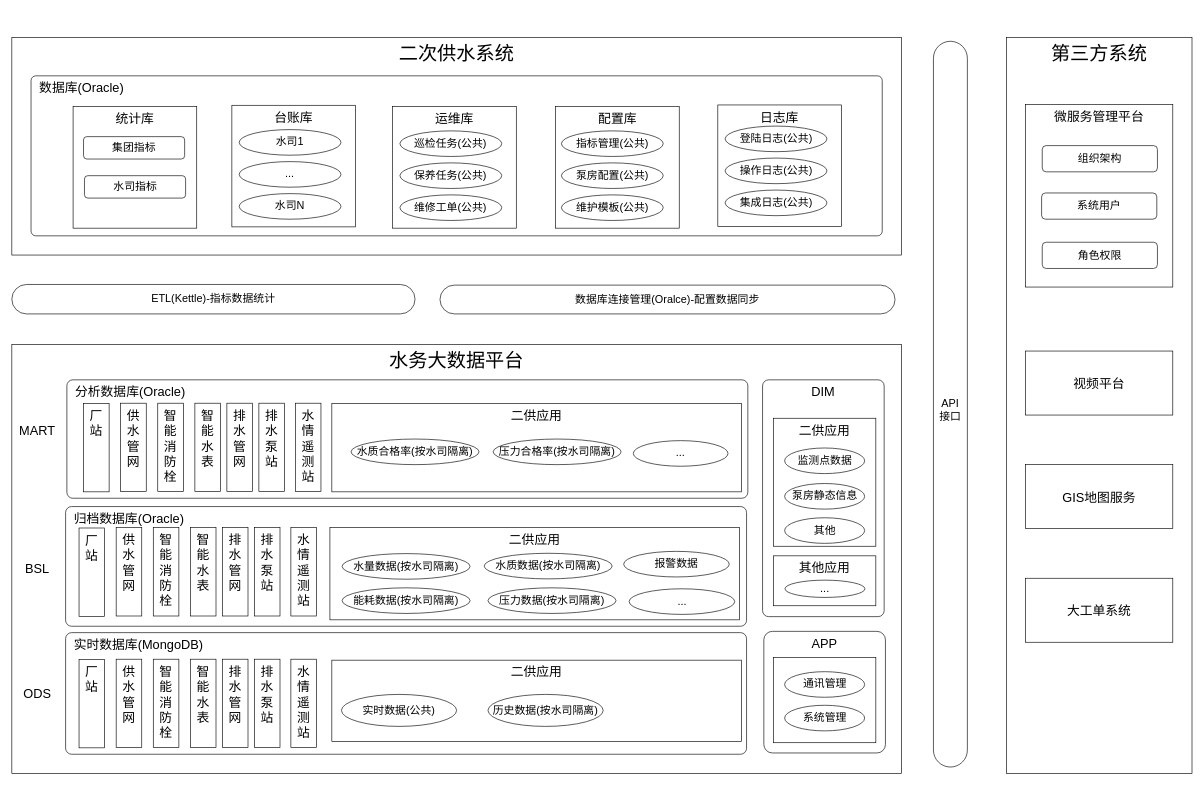
This is page "数据架构图" (2 of 4) of 二供数据架构.drawio from lpeng589/draw, a draw.io file, before an edit. Source tidied: cells renumbered, new cells numbered last; positions are measured from the earlier drawing's top-left corner, leaving out a move shared by most shapes. Both pictures are drawn from the tidied source at 64%, with x=0, y=0 at pixel (12, 37).
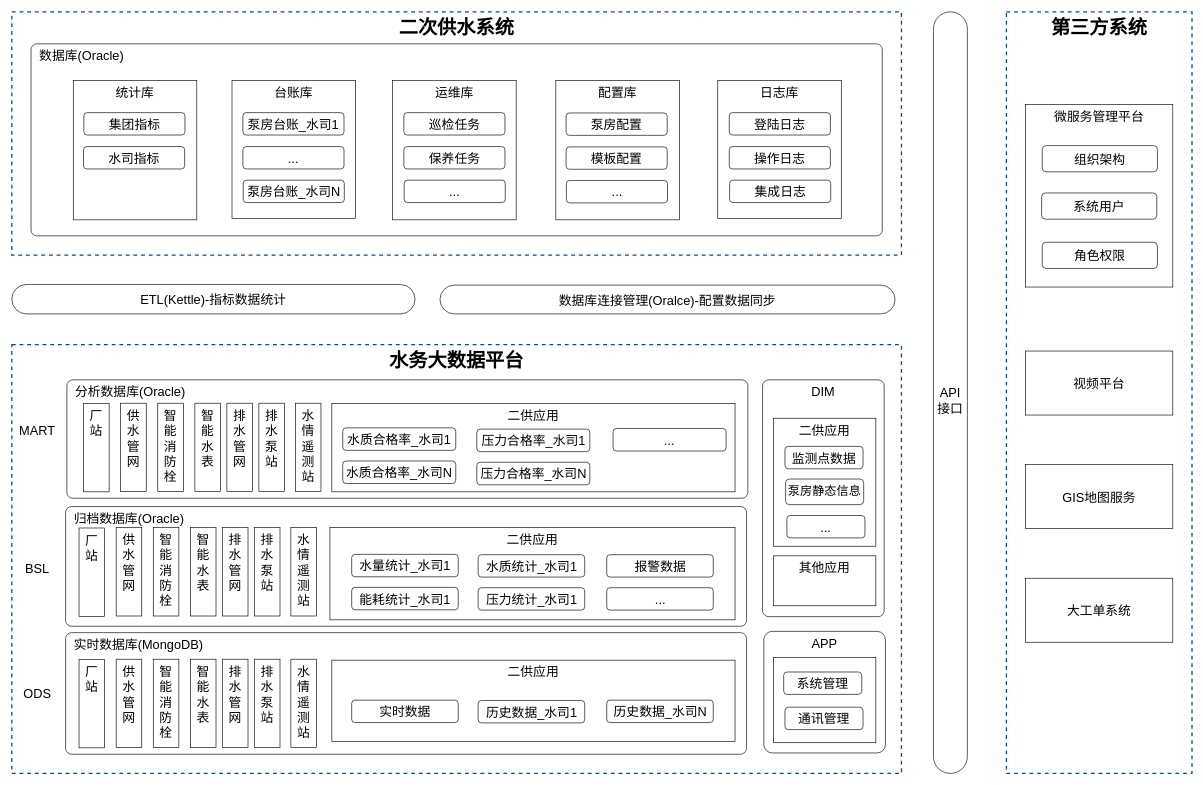
The same diagram, later.

Change to the diagram source:
```diff
@@
-    <mxCell id="2" value="水务大数据平台" style="rounded=0;whiteSpace=wrap;html=1;align=center;verticalAlign=top;fontStyle=0;fontSize=30;" parent="1" vertex="1">
+    <mxCell id="2" value="水务大数据平台" style="rounded=0;whiteSpace=wrap;html=1;align=center;verticalAlign=top;fontStyle=1;fontSize=30;dashed=1;strokeColor=#004C99;strokeWidth=2;" parent="1" vertex="1">
       <mxGeometry y="480" width="1390" height="670" as="geometry" />
     </mxCell>
-    <mxCell id="3" value="二次供水系统" style="rounded=0;whiteSpace=wrap;html=1;align=center;verticalAlign=top;fontStyle=0;fontSize=30;" parent="1" vertex="1">
-      <mxGeometry width="1390" height="340" as="geometry" />
+    <mxCell id="3" value="二次供水系统" style="rounded=0;whiteSpace=wrap;html=1;align=center;verticalAlign=top;fontStyle=1;fontSize=30;dashed=1;strokeColor=#004C99;strokeWidth=2;" parent="1" vertex="1">
+      <mxGeometry y="-40" width="1390" height="380" as="geometry" />
     </mxCell>
-    <mxCell id="4" value="ETL(Kettle)-指标数据统计" style="rounded=1;whiteSpace=wrap;html=1;arcSize=50;fontSize=17;fontStyle=0;" parent="1" vertex="1">
+    <mxCell id="4" value="ETL(Kettle)-指标数据统计" style="rounded=1;whiteSpace=wrap;html=1;arcSize=50;fontSize=20;fontStyle=0;" parent="1" vertex="1">
       <mxGeometry y="386" width="630" height="46" as="geometry" />
     </mxCell>
-    <mxCell id="5" value="数据库连接管理(Oralce)-配置数据同步" style="rounded=1;whiteSpace=wrap;html=1;arcSize=50;fontSize=17;fontStyle=0;" parent="1" vertex="1">
+    <mxCell id="5" value="数据库连接管理(Oralce)-配置数据同步" style="rounded=1;whiteSpace=wrap;html=1;arcSize=50;fontSize=20;fontStyle=0;" parent="1" vertex="1">
       <mxGeometry x="669" y="387" width="711" height="45" as="geometry" />
     </mxCell>
-    <mxCell id="6" value="&lt;br style=&quot;font-size: 17px;&quot;&gt;API&lt;br style=&quot;font-size: 17px;&quot;&gt;接口" style="rounded=1;whiteSpace=wrap;html=1;fontSize=17;align=center;arcSize=50;fontStyle=0;" parent="1" vertex="1">
-      <mxGeometry x="1440" y="6" width="53" height="1134" as="geometry" />
+    <mxCell id="6" value="&lt;br style=&quot;font-size: 20px;&quot;&gt;API&lt;br style=&quot;font-size: 20px;&quot;&gt;接口" style="rounded=1;whiteSpace=wrap;html=1;fontSize=20;align=center;arcSize=50;fontStyle=0;" parent="1" vertex="1">
+      <mxGeometry x="1440" y="-40" width="53" height="1190" as="geometry" />
     </mxCell>
@@
     <mxCell id="12" value="二供应用" style="rounded=0;whiteSpace=wrap;html=1;align=center;verticalAlign=top;fontStyle=0;fontSize=20;" parent="1" vertex="1">
-      <mxGeometry x="500" y="572" width="640" height="138" as="geometry" />
+      <mxGeometry x="500" y="572" width="630" height="138" as="geometry" />
     </mxCell>
     <mxCell id="13" value="二供应用" style="rounded=0;whiteSpace=wrap;html=1;align=center;verticalAlign=top;fontStyle=0;fontSize=20;" parent="1" vertex="1">
-      <mxGeometry x="497" y="766" width="640" height="144" as="geometry" />
+      <mxGeometry x="497" y="766" width="633" height="144" as="geometry" />
     </mxCell>
-    <mxCell id="14" value="水量数据(按水司隔离)" style="ellipse;whiteSpace=wrap;html=1;align=center;fontSize=17;fontStyle=0;" parent="1" vertex="1">
-      <mxGeometry x="516" y="806.5" width="200" height="40" as="geometry" />
-    </mxCell>
-    <mxCell id="15" value="能耗数据(按水司隔离)" style="ellipse;whiteSpace=wrap;html=1;align=center;fontSize=17;fontStyle=0;" parent="1" vertex="1">
-      <mxGeometry x="516" y="860" width="200" height="40" as="geometry" />
-    </mxCell>
-    <mxCell id="16" value="压力数据(按水司隔离)" style="ellipse;whiteSpace=wrap;html=1;align=center;fontSize=17;fontStyle=0;" parent="1" vertex="1">
-      <mxGeometry x="744" y="860" width="200" height="40" as="geometry" />
-    </mxCell>
     <mxCell id="17" value="二供应用" style="rounded=0;whiteSpace=wrap;html=1;align=center;verticalAlign=top;fontStyle=0;fontSize=20;" parent="1" vertex="1">
-      <mxGeometry x="500" y="973" width="640" height="127" as="geometry" />
+      <mxGeometry x="500" y="973" width="630" height="127" as="geometry" />
     </mxCell>
-    <mxCell id="18" value="水质数据(按水司隔离)" style="ellipse;whiteSpace=wrap;html=1;align=center;fontSize=17;fontStyle=0;" parent="1" vertex="1">
-      <mxGeometry x="738" y="806" width="200" height="40" as="geometry" />
-    </mxCell>
-    <mxCell id="19" value="报警数据" style="ellipse;whiteSpace=wrap;html=1;align=center;fontSize=17;fontStyle=0;" parent="1" vertex="1">
-      <mxGeometry x="956" y="803" width="165" height="40" as="geometry" />
-    </mxCell>
-    <mxCell id="20" value="压力合格率(按水司隔离)" style="ellipse;whiteSpace=wrap;html=1;align=center;fontSize=17;fontStyle=0;" parent="1" vertex="1">
-      <mxGeometry x="752" y="627.5" width="200" height="40" as="geometry" />
-    </mxCell>
-    <mxCell id="21" value="水质合格率(按水司隔离)" style="ellipse;whiteSpace=wrap;html=1;align=center;fontSize=17;fontStyle=0;" parent="1" vertex="1">
-      <mxGeometry x="530" y="627.5" width="200" height="40" as="geometry" />
-    </mxCell>
-    <mxCell id="22" value="历史数据(按水司隔离)" style="ellipse;whiteSpace=wrap;html=1;align=center;fontSize=17;fontStyle=0;" parent="1" vertex="1">
-      <mxGeometry x="744" y="1026.5" width="180" height="50" as="geometry" />
-    </mxCell>
-    <mxCell id="23" value="实时数据(公共)" style="ellipse;whiteSpace=wrap;html=1;align=center;fontSize=17;fontStyle=0;" parent="1" vertex="1">
-      <mxGeometry x="515" y="1026.5" width="180" height="50" as="geometry" />
-    </mxCell>
@@
-    <mxCell id="50" value="监测点数据" style="ellipse;whiteSpace=wrap;html=1;align=center;fontSize=17;fontStyle=0;" parent="1" vertex="1">
-      <mxGeometry x="1207.5" y="641.5" width="125" height="40" as="geometry" />
-    </mxCell>
-    <mxCell id="51" value="泵房静态信息" style="ellipse;whiteSpace=wrap;html=1;align=center;fontSize=17;fontStyle=0;" parent="1" vertex="1">
-      <mxGeometry x="1207.5" y="697" width="125" height="40" as="geometry" />
-    </mxCell>
-    <mxCell id="52" value="其他" style="ellipse;whiteSpace=wrap;html=1;align=center;fontSize=17;fontStyle=0;" parent="1" vertex="1">
-      <mxGeometry x="1207.5" y="750.5" width="125" height="40" as="geometry" />
-    </mxCell>
-    <mxCell id="53" value="..." style="ellipse;whiteSpace=wrap;html=1;align=center;fontSize=17;fontStyle=0;" parent="1" vertex="1">
-      <mxGeometry x="1208" y="848" width="125" height="27" as="geometry" />
-    </mxCell>
-    <mxCell id="54" value="..." style="ellipse;whiteSpace=wrap;html=1;align=center;fontSize=17;fontStyle=0;" parent="1" vertex="1">
-      <mxGeometry x="964.5" y="861.5" width="165" height="40" as="geometry" />
-    </mxCell>
-    <mxCell id="55" value="..." style="ellipse;whiteSpace=wrap;html=1;align=center;fontSize=17;fontStyle=0;" parent="1" vertex="1">
-      <mxGeometry x="971" y="630" width="148" height="40" as="geometry" />
-    </mxCell>
-    <mxCell id="56" value="..." style="rounded=0;whiteSpace=wrap;html=1;align=center;verticalAlign=top;fontStyle=0;fontSize=20;" parent="1" vertex="1">
+    <mxCell id="56" style="rounded=0;whiteSpace=wrap;html=1;align=center;verticalAlign=top;fontStyle=0;fontSize=20;" parent="1" vertex="1">
       <mxGeometry x="1190" y="969" width="160" height="133" as="geometry" />
     </mxCell>
-    <mxCell id="57" value="系统管理" style="ellipse;whiteSpace=wrap;html=1;align=center;fontSize=17;fontStyle=0;" parent="1" vertex="1">
-      <mxGeometry x="1207.5" y="1043.5" width="125" height="40" as="geometry" />
-    </mxCell>
-    <mxCell id="58" value="通讯管理" style="ellipse;whiteSpace=wrap;html=1;align=center;fontSize=17;fontStyle=0;" parent="1" vertex="1">
-      <mxGeometry x="1207.5" y="991" width="125" height="40" as="geometry" />
-    </mxCell>
-    <mxCell id="59" value="第三方系统" style="rounded=0;whiteSpace=wrap;html=1;fontSize=30;align=center;verticalAlign=top;fontStyle=0;" parent="1" vertex="1">
-      <mxGeometry x="1554" width="290" height="1150" as="geometry" />
+    <mxCell id="59" value="第三方系统" style="rounded=0;whiteSpace=wrap;html=1;fontSize=30;align=center;verticalAlign=top;fontStyle=1;dashed=1;strokeColor=#004C99;strokeWidth=2;" parent="1" vertex="1">
+      <mxGeometry x="1554" y="-40" width="290" height="1190" as="geometry" />
     </mxCell>
@@
-    <mxCell id="64" value="组织架构" style="rounded=1;whiteSpace=wrap;html=1;fontSize=17;fontStyle=0;" parent="1" vertex="1">
+    <mxCell id="64" value="组织架构" style="rounded=1;whiteSpace=wrap;html=1;fontSize=20;fontStyle=0;" parent="1" vertex="1">
       <mxGeometry x="1610" y="169" width="180" height="41" as="geometry" />
     </mxCell>
-    <mxCell id="65" value="系统用户" style="rounded=1;whiteSpace=wrap;html=1;fontSize=17;fontStyle=0;" parent="1" vertex="1">
+    <mxCell id="65" value="系统用户" style="rounded=1;whiteSpace=wrap;html=1;fontSize=20;fontStyle=0;" parent="1" vertex="1">
       <mxGeometry x="1609" y="243" width="180" height="41" as="geometry" />
     </mxCell>
-    <mxCell id="66" value="角色权限" style="rounded=1;whiteSpace=wrap;html=1;fontSize=17;fontStyle=0;" parent="1" vertex="1">
+    <mxCell id="66" value="角色权限" style="rounded=1;whiteSpace=wrap;html=1;fontSize=20;fontStyle=0;" parent="1" vertex="1">
       <mxGeometry x="1610" y="320" width="180" height="41" as="geometry" />
     </mxCell>
     <mxCell id="67" value="&amp;nbsp; 数据库(Oracle)" style="rounded=1;whiteSpace=wrap;html=1;align=left;arcSize=3;verticalAlign=top;fontSize=20;fontStyle=0;" parent="1" vertex="1">
-      <mxGeometry x="30" y="60" width="1330" height="250" as="geometry" />
+      <mxGeometry x="30" y="10" width="1330" height="300" as="geometry" />
     </mxCell>
     <mxCell id="68" value="台账库" style="rounded=0;whiteSpace=wrap;html=1;align=center;verticalAlign=top;fontSize=20;fontStyle=0;arcSize=0;" parent="1" vertex="1">
-      <mxGeometry x="343.8" y="106" width="193.2" height="190" as="geometry" />
+      <mxGeometry x="344" y="67" width="193" height="216" as="geometry" />
     </mxCell>
     <mxCell id="69" value="运维库" style="rounded=0;whiteSpace=wrap;html=1;align=center;verticalAlign=top;fontSize=20;fontStyle=0;arcSize=0;" parent="1" vertex="1">
-      <mxGeometry x="595" y="108" width="193.2" height="190" as="geometry" />
+      <mxGeometry x="595" y="67" width="193" height="218" as="geometry" />
     </mxCell>
     <mxCell id="70" value="配置库" style="rounded=0;whiteSpace=wrap;html=1;align=center;verticalAlign=top;fontSize=20;fontStyle=0;" parent="1" vertex="1">
-      <mxGeometry x="849.6" y="108" width="193.2" height="190" as="geometry" />
+      <mxGeometry x="850" y="67" width="193" height="218" as="geometry" />
     </mxCell>
     <mxCell id="71" value="统计库" style="rounded=0;whiteSpace=wrap;html=1;align=center;verticalAlign=top;fontSize=20;fontStyle=0;arcSize=0;" parent="1" vertex="1">
-      <mxGeometry x="95.7" y="108" width="193.2" height="190" as="geometry" />
+      <mxGeometry x="96" y="67" width="193" height="218" as="geometry" />
     </mxCell>
     <mxCell id="72" value="日志库" style="rounded=0;whiteSpace=wrap;html=1;align=center;verticalAlign=top;fontSize=20;fontStyle=0;" parent="1" vertex="1">
-      <mxGeometry x="1103.1" y="105.5" width="193.2" height="190" as="geometry" />
+      <mxGeometry x="1103" y="67" width="193" height="216" as="geometry" />
     </mxCell>
-    <mxCell id="73" value="水司1" style="ellipse;whiteSpace=wrap;html=1;align=center;fontSize=17;fontStyle=0;" parent="1" vertex="1">
-      <mxGeometry x="355.2" y="144" width="159.1" height="40" as="geometry" />
-    </mxCell>
-    <mxCell id="74" value="..." style="ellipse;whiteSpace=wrap;html=1;align=center;fontSize=17;fontStyle=0;" parent="1" vertex="1">
-      <mxGeometry x="355.2" y="194" width="159.1" height="40" as="geometry" />
-    </mxCell>
-    <mxCell id="75" value="水司N" style="ellipse;whiteSpace=wrap;html=1;align=center;fontSize=17;fontStyle=0;" parent="1" vertex="1">
-      <mxGeometry x="355.2" y="244" width="159.1" height="40" as="geometry" />
-    </mxCell>
-    <mxCell id="76" value="巡检任务(公共)" style="ellipse;whiteSpace=wrap;html=1;align=center;fontSize=17;fontStyle=0;" parent="1" vertex="1">
-      <mxGeometry x="606.4" y="146" width="159.1" height="40" as="geometry" />
-    </mxCell>
-    <mxCell id="77" value="保养任务(公共)" style="ellipse;whiteSpace=wrap;html=1;align=center;fontSize=17;fontStyle=0;" parent="1" vertex="1">
-      <mxGeometry x="606.4" y="196" width="159.1" height="40" as="geometry" />
-    </mxCell>
-    <mxCell id="78" value="维修工单(公共)" style="ellipse;whiteSpace=wrap;html=1;align=center;fontSize=17;fontStyle=0;" parent="1" vertex="1">
-      <mxGeometry x="606.4" y="246" width="159.1" height="40" as="geometry" />
-    </mxCell>
-    <mxCell id="79" value="指标管理(公共)" style="ellipse;whiteSpace=wrap;html=1;align=center;fontSize=17;fontStyle=0;" parent="1" vertex="1">
-      <mxGeometry x="858.7" y="146" width="159.1" height="40" as="geometry" />
-    </mxCell>
-    <mxCell id="80" value="泵房配置(公共)" style="ellipse;whiteSpace=wrap;html=1;align=center;fontSize=17;fontStyle=0;" parent="1" vertex="1">
-      <mxGeometry x="858.7" y="196" width="159.1" height="40" as="geometry" />
-    </mxCell>
-    <mxCell id="81" value="维护模板(公共)" style="ellipse;whiteSpace=wrap;html=1;align=center;fontSize=17;fontStyle=0;" parent="1" vertex="1">
-      <mxGeometry x="858.7" y="246" width="159.1" height="40" as="geometry" />
-    </mxCell>
-    <mxCell id="82" value="登陆日志(公共)" style="ellipse;whiteSpace=wrap;html=1;align=center;fontSize=17;fontStyle=0;" parent="1" vertex="1">
-      <mxGeometry x="1114.5" y="138.5" width="159.1" height="40" as="geometry" />
-    </mxCell>
-    <mxCell id="83" value="操作日志(公共)" style="ellipse;whiteSpace=wrap;html=1;align=center;fontSize=17;fontStyle=0;" parent="1" vertex="1">
-      <mxGeometry x="1114.5" y="188.5" width="159.1" height="40" as="geometry" />
-    </mxCell>
-    <mxCell id="84" value="集成日志(公共)" style="ellipse;whiteSpace=wrap;html=1;align=center;fontSize=17;fontStyle=0;" parent="1" vertex="1">
-      <mxGeometry x="1114.5" y="238.5" width="159.1" height="40" as="geometry" />
-    </mxCell>
-    <mxCell id="85" value="集团指标" style="rounded=1;whiteSpace=wrap;html=1;fontSize=17;" parent="1" vertex="1">
-      <mxGeometry x="112" y="155" width="158" height="35" as="geometry" />
+    <mxCell id="85" value="集团指标" style="rounded=1;whiteSpace=wrap;html=1;fontSize=20;" parent="1" vertex="1">
+      <mxGeometry x="112.5" y="117.5" width="158" height="35" as="geometry" />
     </mxCell>
-    <mxCell id="86" value="水司指标" style="rounded=1;whiteSpace=wrap;html=1;fontSize=17;" parent="1" vertex="1">
-      <mxGeometry x="113.5" y="216" width="158" height="35" as="geometry" />
+    <mxCell id="86" value="水司指标" style="rounded=1;whiteSpace=wrap;html=1;fontSize=20;" parent="1" vertex="1">
+      <mxGeometry x="112" y="170.5" width="158" height="35" as="geometry" />
     </mxCell>
+    <mxCell id="87" value="泵房台账_水司1" style="rounded=1;whiteSpace=wrap;html=1;fontSize=20;" parent="1" vertex="1">
+      <mxGeometry x="361" y="117.5" width="158" height="35" as="geometry" />
+    </mxCell>
+    <mxCell id="88" value="..." style="rounded=1;whiteSpace=wrap;html=1;fontSize=20;" parent="1" vertex="1">
+      <mxGeometry x="361" y="170.5" width="158" height="35" as="geometry" />
+    </mxCell>
+    <mxCell id="89" value="泵房台账_水司N" style="rounded=1;whiteSpace=wrap;html=1;fontSize=20;" parent="1" vertex="1">
+      <mxGeometry x="361.5" y="223" width="158" height="35" as="geometry" />
+    </mxCell>
+    <mxCell id="90" value="巡检任务" style="rounded=1;whiteSpace=wrap;html=1;fontSize=20;" parent="1" vertex="1">
+      <mxGeometry x="612.5" y="117.5" width="158" height="35" as="geometry" />
+    </mxCell>
+    <mxCell id="91" value="保养任务" style="rounded=1;whiteSpace=wrap;html=1;fontSize=20;" parent="1" vertex="1">
+      <mxGeometry x="612.5" y="170.5" width="158" height="35" as="geometry" />
+    </mxCell>
+    <mxCell id="92" value="..." style="rounded=1;whiteSpace=wrap;html=1;fontSize=20;" parent="1" vertex="1">
+      <mxGeometry x="613" y="223" width="158" height="35" as="geometry" />
+    </mxCell>
+    <mxCell id="93" value="泵房配置" style="rounded=1;whiteSpace=wrap;html=1;fontSize=20;" parent="1" vertex="1">
+      <mxGeometry x="866" y="118" width="158" height="35" as="geometry" />
+    </mxCell>
+    <mxCell id="94" value="模板配置" style="rounded=1;whiteSpace=wrap;html=1;fontSize=20;" parent="1" vertex="1">
+      <mxGeometry x="866" y="171" width="158" height="35" as="geometry" />
+    </mxCell>
+    <mxCell id="95" value="..." style="rounded=1;whiteSpace=wrap;html=1;fontSize=20;" parent="1" vertex="1">
+      <mxGeometry x="866.5" y="223.5" width="158" height="35" as="geometry" />
+    </mxCell>
+    <mxCell id="96" value="登陆日志" style="rounded=1;whiteSpace=wrap;html=1;fontSize=20;" parent="1" vertex="1">
+      <mxGeometry x="1121" y="117.5" width="158" height="35" as="geometry" />
+    </mxCell>
+    <mxCell id="97" value="操作日志" style="rounded=1;whiteSpace=wrap;html=1;fontSize=20;" parent="1" vertex="1">
+      <mxGeometry x="1121" y="170.5" width="158" height="35" as="geometry" />
+    </mxCell>
+    <mxCell id="98" value="集成日志" style="rounded=1;whiteSpace=wrap;html=1;fontSize=20;" parent="1" vertex="1">
+      <mxGeometry x="1121.5" y="223" width="158" height="35" as="geometry" />
+    </mxCell>
+    <mxCell id="99" value="水量统计_水司1" style="rounded=1;whiteSpace=wrap;html=1;fontSize=20;" parent="1" vertex="1">
+      <mxGeometry x="531" y="807.7" width="166.5" height="35" as="geometry" />
+    </mxCell>
+    <mxCell id="100" value="能耗统计_水司1" style="rounded=1;whiteSpace=wrap;html=1;fontSize=20;" parent="1" vertex="1">
+      <mxGeometry x="531" y="859.3" width="166.5" height="35" as="geometry" />
+    </mxCell>
+    <mxCell id="101" value="水质统计_水司1" style="rounded=1;whiteSpace=wrap;html=1;fontSize=20;" parent="1" vertex="1">
+      <mxGeometry x="728.6" y="808.2" width="166.5" height="35" as="geometry" />
+    </mxCell>
+    <mxCell id="102" value="压力统计_水司1" style="rounded=1;whiteSpace=wrap;html=1;fontSize=20;" parent="1" vertex="1">
+      <mxGeometry x="728.6" y="859.8" width="166.5" height="35" as="geometry" />
+    </mxCell>
+    <mxCell id="19" value="报警数据" style="rounded=1;whiteSpace=wrap;html=1;fontSize=20;" parent="1" vertex="1">
+      <mxGeometry x="929.5" y="808.2" width="166.5" height="35" as="geometry" />
+    </mxCell>
+    <mxCell id="103" value="..." style="rounded=1;whiteSpace=wrap;html=1;fontSize=20;" parent="1" vertex="1">
+      <mxGeometry x="929.5" y="859.8" width="166.5" height="35" as="geometry" />
+    </mxCell>
+    <mxCell id="104" value="实时数据" style="rounded=1;whiteSpace=wrap;html=1;fontSize=20;" parent="1" vertex="1">
+      <mxGeometry x="531" y="1035.5" width="166.5" height="35" as="geometry" />
+    </mxCell>
+    <mxCell id="105" value="历史数据_水司1" style="rounded=1;whiteSpace=wrap;html=1;fontSize=20;" parent="1" vertex="1">
+      <mxGeometry x="728.6" y="1036" width="166.5" height="35" as="geometry" />
+    </mxCell>
+    <mxCell id="106" value="历史数据_水司N" style="rounded=1;whiteSpace=wrap;html=1;fontSize=20;" parent="1" vertex="1">
+      <mxGeometry x="929.5" y="1035.5" width="166.5" height="35" as="geometry" />
+    </mxCell>
+    <mxCell id="50" value="监测点数据" style="rounded=1;whiteSpace=wrap;html=1;fontSize=20;" parent="1" vertex="1">
+      <mxGeometry x="1208" y="639" width="122" height="35" as="geometry" />
+    </mxCell>
+    <mxCell id="51" value="泵房静态信息" style="rounded=1;whiteSpace=wrap;html=1;fontSize=19;" parent="1" vertex="1">
+      <mxGeometry x="1209" y="690" width="122" height="40" as="geometry" />
+    </mxCell>
+    <mxCell id="107" value="..." style="rounded=1;whiteSpace=wrap;html=1;fontSize=20;" parent="1" vertex="1">
+      <mxGeometry x="1211" y="747" width="122" height="35" as="geometry" />
+    </mxCell>
+    <mxCell id="57" value="系统管理" style="rounded=1;whiteSpace=wrap;html=1;fontSize=20;" parent="1" vertex="1">
+      <mxGeometry x="1206" y="991.5" width="122" height="35" as="geometry" />
+    </mxCell>
+    <mxCell id="58" value="通讯管理" style="rounded=1;whiteSpace=wrap;html=1;fontSize=20;" parent="1" vertex="1">
+      <mxGeometry x="1208" y="1046.5" width="122" height="35" as="geometry" />
+    </mxCell>
+    <mxCell id="108" style="group;" parent="1" vertex="1">
+      <mxGeometry x="517" y="610" width="599" height="89" as="geometry" />
+    </mxCell>
+    <mxCell id="109" value="水质合格率_水司1" style="rounded=1;whiteSpace=wrap;html=1;fontSize=20;" parent="108" vertex="1">
+      <mxGeometry width="176.6" height="35.2" as="geometry" />
+    </mxCell>
+    <mxCell id="110" value="水质合格率_水司N" style="rounded=1;whiteSpace=wrap;html=1;fontSize=20;" parent="108" vertex="1">
+      <mxGeometry y="51.8" width="176.6" height="35.2" as="geometry" />
+    </mxCell>
+    <mxCell id="111" value="压力合格率_水司1" style="rounded=1;whiteSpace=wrap;html=1;fontSize=20;" parent="108" vertex="1">
+      <mxGeometry x="209.5" y="2" width="176.6" height="35.2" as="geometry" />
+    </mxCell>
+    <mxCell id="112" value="压力合格率_水司N" style="rounded=1;whiteSpace=wrap;html=1;fontSize=20;" parent="108" vertex="1">
+      <mxGeometry x="209.5" y="53.8" width="176.6" height="35.2" as="geometry" />
+    </mxCell>
+    <mxCell id="113" value="..." style="rounded=1;whiteSpace=wrap;html=1;fontSize=20;" parent="108" vertex="1">
+      <mxGeometry x="422.4" y="1" width="176.6" height="35.2" as="geometry" />
+    </mxCell>
```
